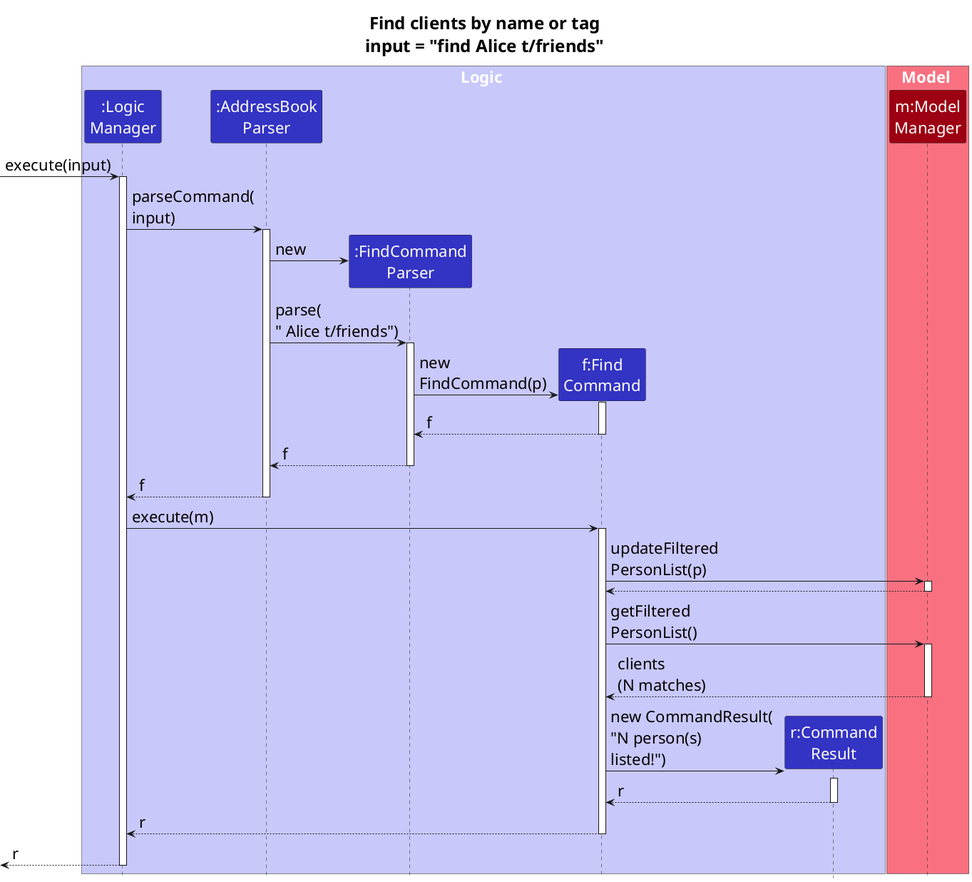
This is docs/images/FindSequenceDiagram.png from AY2627S1-CS2103T-W08-3/tp, a PlantUML export, as it was before one commit.
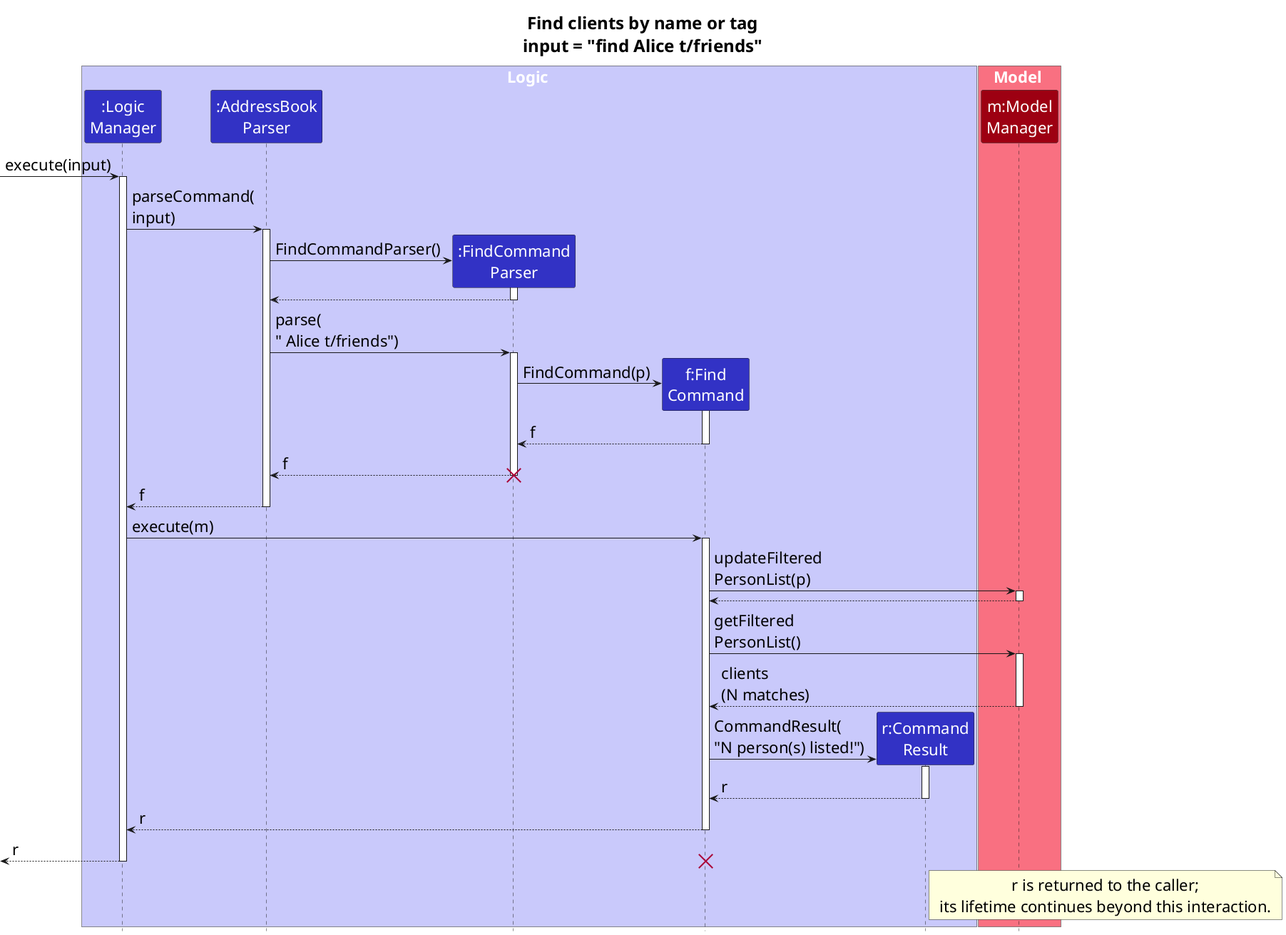
Later version of the same file.

Commit message:
Fix the Find Sequence Diagram

Change to the diagram source:
```diff
@@ -33,18 +33,23 @@
 activate AddressBookParser
 
 create FindCommandParser
-AddressBookParser -> FindCommandParser : new
+AddressBookParser -> FindCommandParser : FindCommandParser()
+activate FindCommandParser
+FindCommandParser --> AddressBookParser
+deactivate FindCommandParser
+
 AddressBookParser -> FindCommandParser : parse(\n" Alice t/friends")
 activate FindCommandParser
 
 create FindCommand
-FindCommandParser -> FindCommand : new\nFindCommand(p)
+FindCommandParser -> FindCommand : FindCommand(p)
 activate FindCommand
 FindCommand --> FindCommandParser : f
 deactivate FindCommand
 
 FindCommandParser --> AddressBookParser : f
 deactivate FindCommandParser
+destroy FindCommandParser
 
 AddressBookParser --> LogicManager : f
 deactivate AddressBookParser
@@ -63,8 +68,7 @@
 deactivate Model
 
 create CommandResult
-FindCommand -> CommandResult : new CommandResult(\n"N person(s)\nlisted!")
-activate CommandResult
+FindCommand -> CommandResult ++ : CommandResult(\n"N person(s) listed!")
 CommandResult --> FindCommand : r
 deactivate CommandResult
 
@@ -73,4 +77,10 @@
 
 [<-- LogicManager : r
 deactivate LogicManager
+destroy FindCommand
+
+note right of CommandResult
+    r is returned to the caller;
+    its lifetime continues beyond this interaction.
+end note
 @enduml
```
